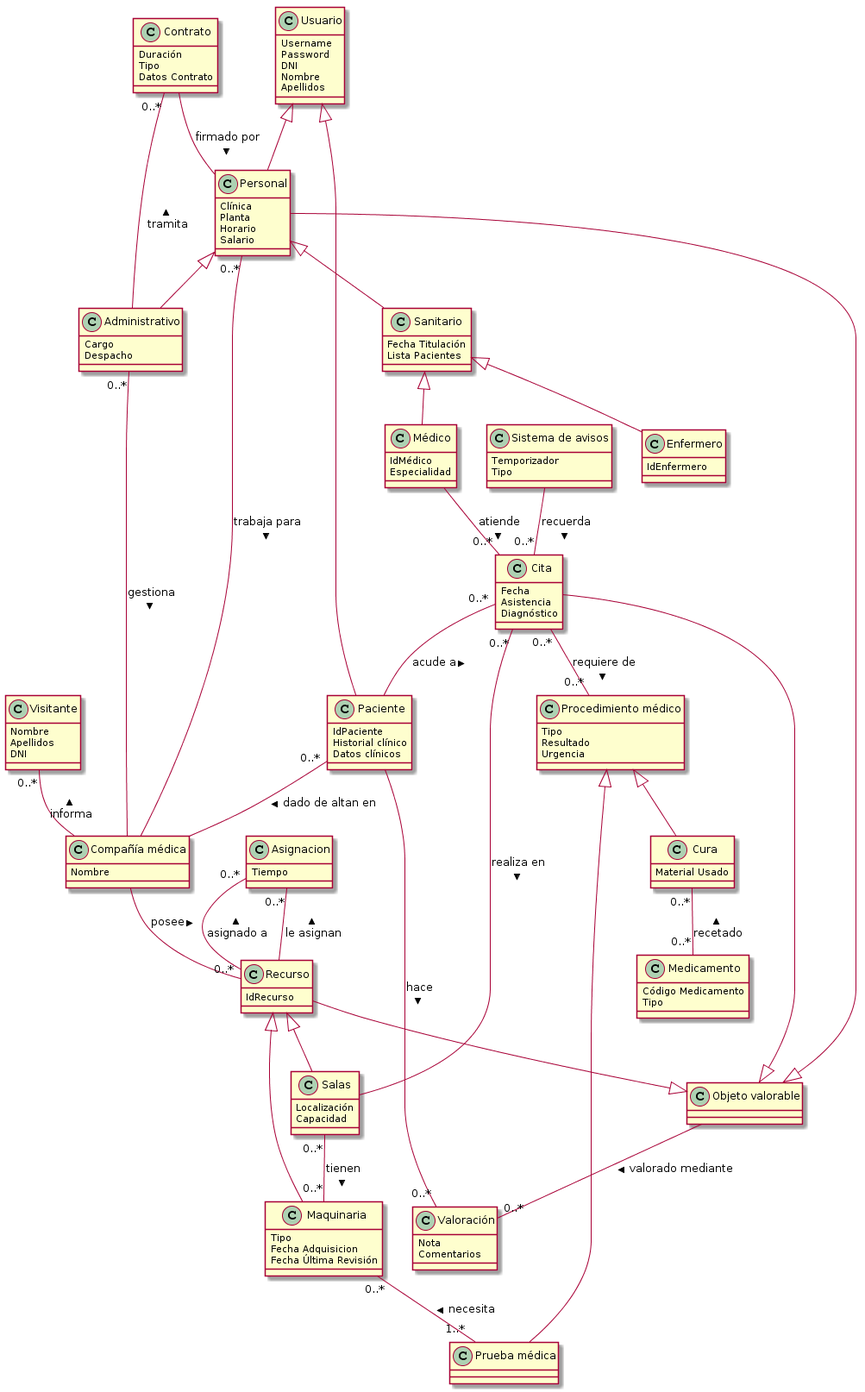
Before: p3/diagramas/diagramaClases.png, a diagram exported from PlantUML (jmml97/fis-practicas).
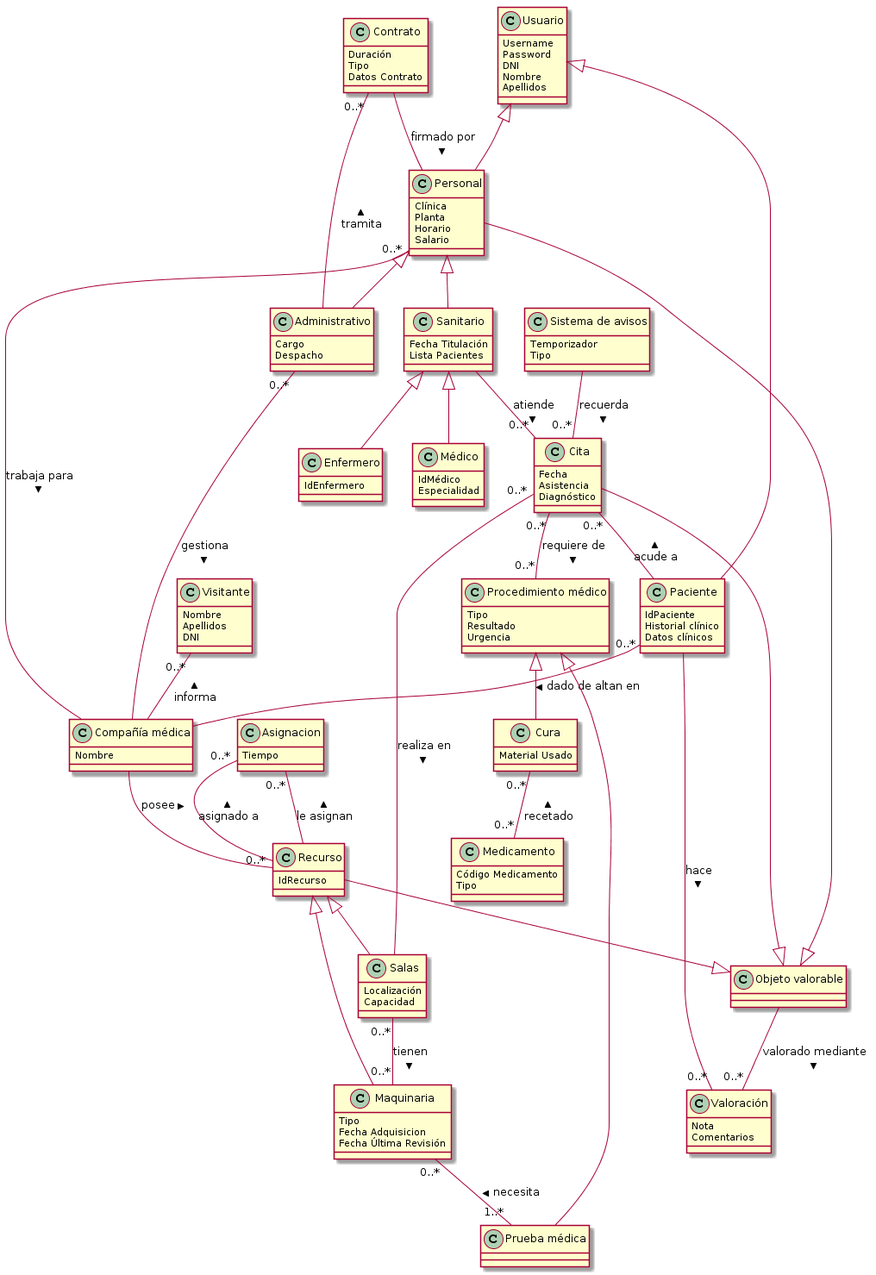
After the change.

Commit message:
Cambiando asociacion entre medica-cita a sanitario-cita en el diagrama de clases

What changed in the source:
```diff
@@ -123,7 +123,7 @@
 Sanitario <|-- Enfermero
 Sanitario <|-- Médico
 
-Médico -- "0..*" Cita : atiende >
+Sanitario -- "0..*" Cita : atiende >
 Cita "0..*" -- Paciente : acude a <
 
 SA -- "0..*" Cita : recuerda >
```
